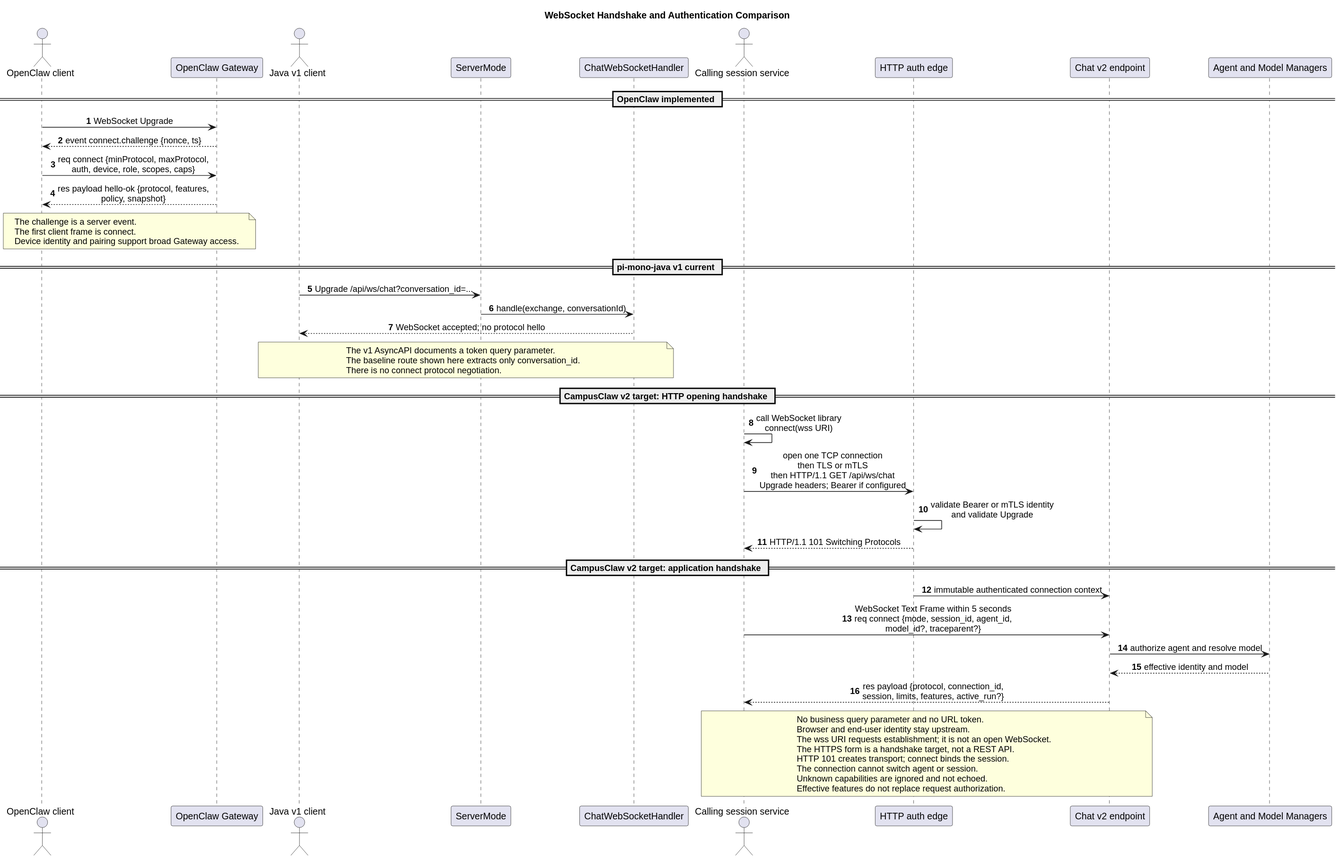
superheromeZzh/pi-mono-java-design keeps this PlantUML diagram as openclaw-campusclaw-websocket-comparison/websocket_handshake_comparison.svg. Above is the earlier version.
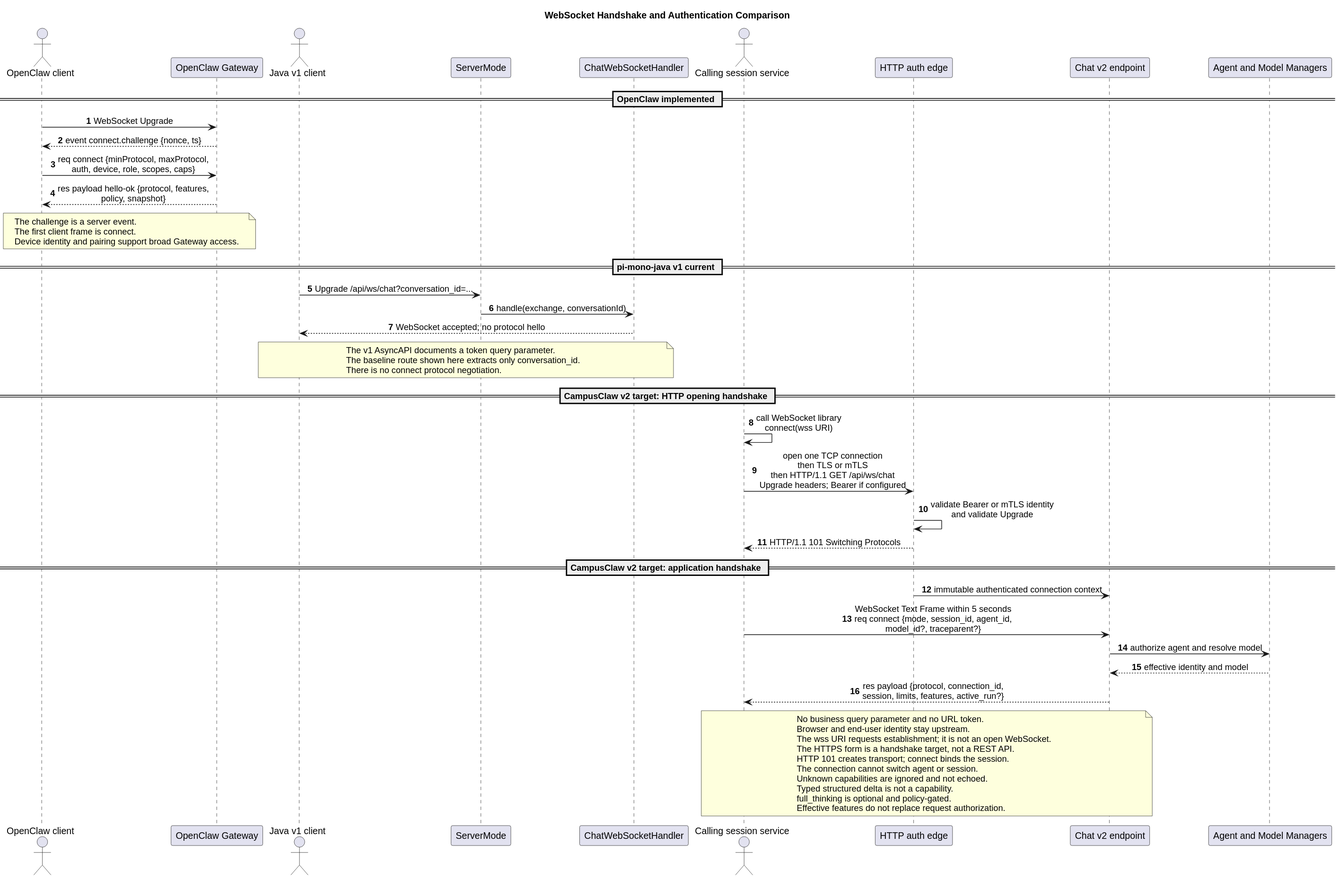
Later version of the same file.

What changed in the source:
```diff
@@ -59,6 +59,8 @@
 HTTP 101 creates transport; connect binds the session.
 The connection cannot switch agent or session.
 Unknown capabilities are ignored and not echoed.
+Typed structured delta is not a capability.
+full_thinking is optional and policy-gated.
 Effective features do not replace request authorization.
 end note
 @enduml
```
